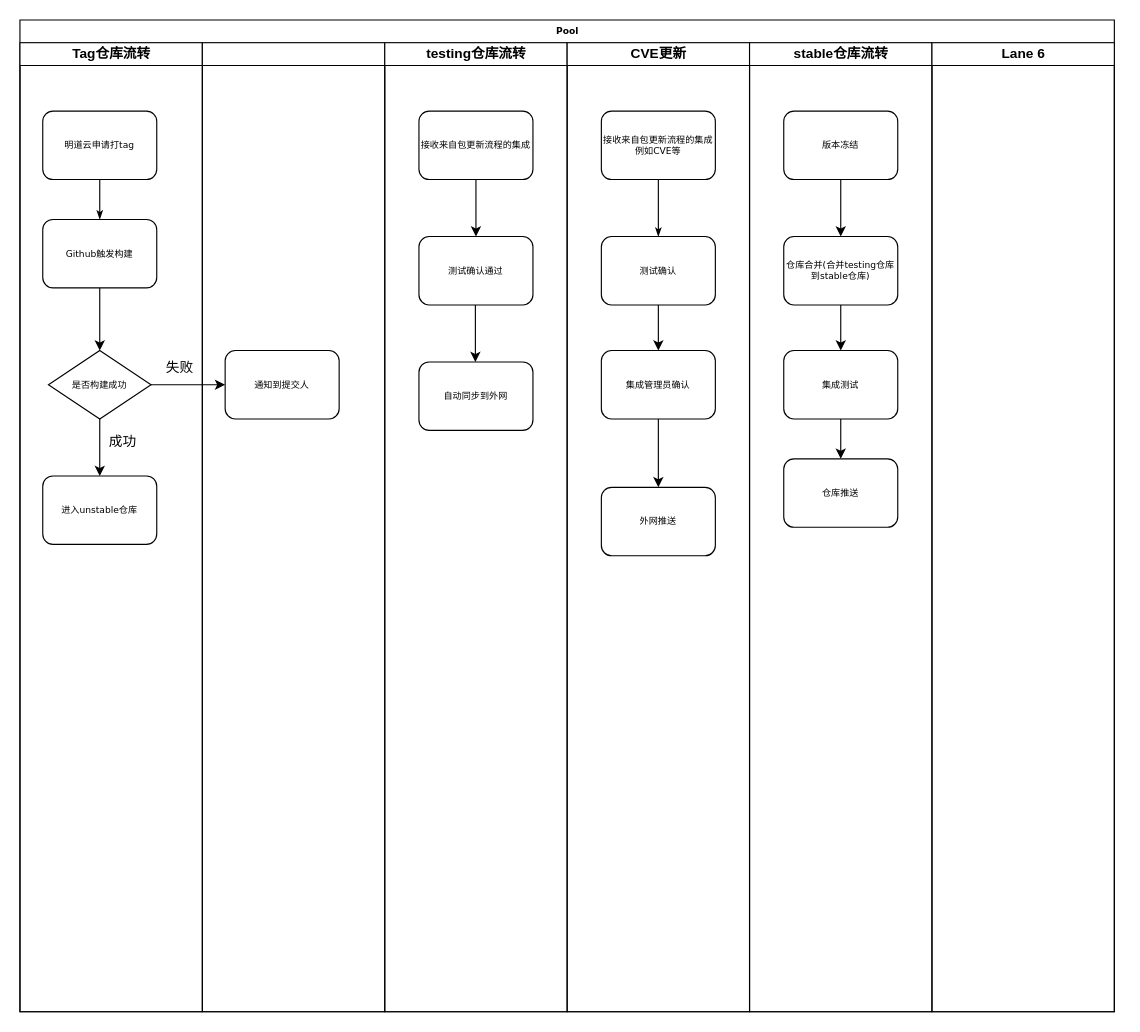
Zeno-sole/drawio-file keeps this draw.io diagram as 仓库流转.drawio. Above is the earlier version. Source tidied: cells renumbered, new cells numbered last; positions are measured from the earlier drawing's top-left corner, leaving out a move shared by most shapes. Both pictures are drawn from the tidied source at 114%, with x=0, y=0 at pixel (19, 19).
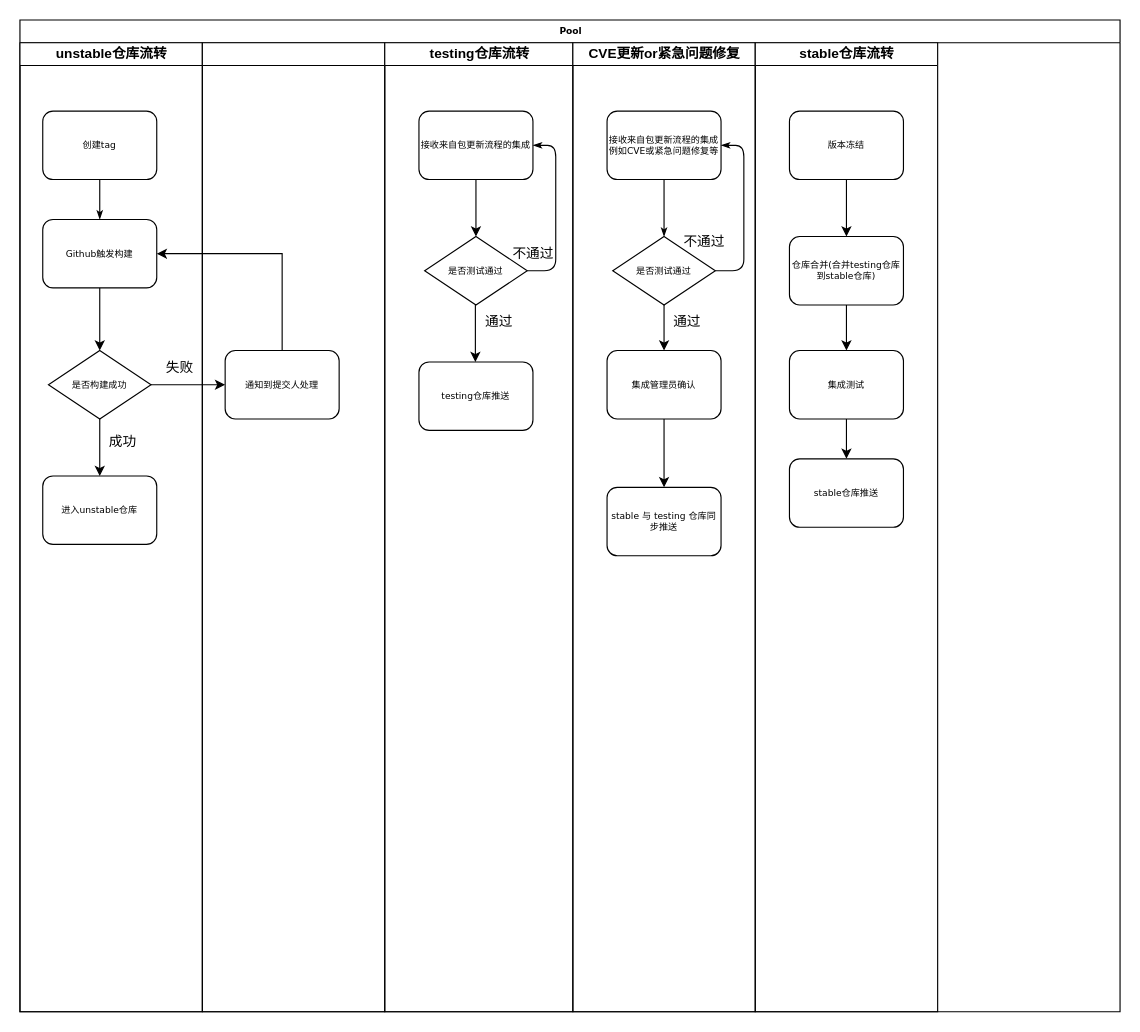
Above is the later version.

Commit message:
更新仓库流转.drawio

Unchanged cells that the change refers to:
```xml
<mxCell id="6" value="Github触发构建" style="rounded=1;whiteSpace=wrap;html=1;shadow=0;labelBackgroundColor=none;strokeWidth=1;fontFamily=Verdana;fontSize=8;align=center;" parent="3" vertex="1">
  <mxGeometry x="20" y="155" width="100" height="60" as="geometry" />
</mxCell>
<mxCell id="10" value="是否构建成功" style="rhombus;whiteSpace=wrap;html=1;rounded=0;shadow=0;labelBackgroundColor=none;strokeWidth=1;fontFamily=Verdana;fontSize=8;align=center;" parent="3" vertex="1">
  <mxGeometry x="25" y="270" width="90" height="60" as="geometry" />
</mxCell>
<mxCell id="13" style="swimlane;html=1;startSize=20;" parent="2" vertex="1">
  <mxGeometry x="160" y="20" width="160" height="850" as="geometry" />
</mxCell>
<mxCell id="17" value="接收来自包更新流程的集成" style="rounded=1;whiteSpace=wrap;html=1;shadow=0;labelBackgroundColor=none;strokeWidth=1;fontFamily=Verdana;fontSize=8;align=center;" parent="15" vertex="1">
  <mxGeometry x="30" y="60" width="100" height="60" as="geometry" />
</mxCell>
<mxCell id="28" value="集成管理员确认" style="rounded=1;whiteSpace=wrap;html=1;shadow=0;labelBackgroundColor=none;strokeWidth=1;fontFamily=Verdana;fontSize=8;align=center;" parent="21" vertex="1">
  <mxGeometry x="30" y="270" width="100" height="60" as="geometry" />
</mxCell>
```

What changed in the source:
```diff
@@
     <mxCell id="2" value="Pool" style="swimlane;html=1;startSize=20;rounded=0;shadow=0;labelBackgroundColor=none;strokeWidth=1;fontFamily=Verdana;fontSize=8;align=center;" parent="1" vertex="1">
-      <mxGeometry width="960" height="870" as="geometry" />
+      <mxGeometry width="965" height="870" as="geometry" />
     </mxCell>
-    <mxCell id="3" value="Tag仓库流转" style="swimlane;html=1;startSize=20;" parent="2" vertex="1">
+    <mxCell id="3" value="unstable仓库流转" style="swimlane;html=1;startSize=20;" parent="2" vertex="1">
       <mxGeometry y="20" width="160" height="850" as="geometry" />
     </mxCell>
-    <mxCell id="4" value="明道云申请打tag" style="rounded=1;whiteSpace=wrap;html=1;shadow=0;labelBackgroundColor=none;strokeWidth=1;fontFamily=Verdana;fontSize=8;align=center;" parent="3" vertex="1">
+    <mxCell id="4" value="创建tag" style="rounded=1;whiteSpace=wrap;html=1;shadow=0;labelBackgroundColor=none;strokeWidth=1;fontFamily=Verdana;fontSize=8;align=center;" parent="3" vertex="1">
       <mxGeometry x="20" y="60" width="100" height="60" as="geometry" />
     </mxCell>
@@
-    <mxCell id="14" value="通知到提交人" style="rounded=1;whiteSpace=wrap;html=1;shadow=0;labelBackgroundColor=none;strokeWidth=1;fontFamily=Verdana;fontSize=8;align=center;" parent="13" vertex="1">
+    <mxCell id="14" value="通知到提交人处理" style="rounded=1;whiteSpace=wrap;html=1;shadow=0;labelBackgroundColor=none;strokeWidth=1;fontFamily=Verdana;fontSize=8;align=center;" parent="13" vertex="1">
       <mxGeometry x="20" y="270" width="100" height="60" as="geometry" />
     </mxCell>
     <mxCell id="15" value="testing仓库流转" style="swimlane;html=1;startSize=20;" parent="2" vertex="1">
-      <mxGeometry x="320" y="20" width="160" height="850" as="geometry" />
+      <mxGeometry x="320" y="20" width="165" height="850" as="geometry" />
     </mxCell>
-    <mxCell id="16" style="edgeStyle=none;rounded=0;jettySize=auto;html=1;exitX=0.5;exitY=1;exitDx=0;exitDy=0;entryX=0.5;entryY=0;entryDx=0;entryDy=0;" parent="15" edge="1" source="17" target="18">
-      <mxGeometry relative="1" as="geometry" />
+    <mxCell id="16" style="edgeStyle=none;rounded=0;jettySize=auto;html=1;exitX=0.5;exitY=1;exitDx=0;exitDy=0;entryX=0.5;entryY=0;entryDx=0;entryDy=0;" parent="15" edge="1" source="17">
+      <mxGeometry relative="1" as="geometry">
+        <mxPoint x="80" y="170" as="targetPoint" />
+      </mxGeometry>
     </mxCell>
@@
-    <mxCell id="18" value="测试确认通过" style="rounded=1;whiteSpace=wrap;html=1;shadow=0;labelBackgroundColor=none;strokeWidth=1;fontFamily=Verdana;fontSize=8;align=center;" parent="15" vertex="1">
-      <mxGeometry x="30" y="170" width="100" height="60" as="geometry" />
-    </mxCell>
-    <mxCell id="19" value="自动同步到外网" style="rounded=1;whiteSpace=wrap;html=1;shadow=0;labelBackgroundColor=none;strokeWidth=1;fontFamily=Verdana;fontSize=8;align=center;" parent="15" vertex="1">
+    <mxCell id="19" value="testing仓库推送" style="rounded=1;whiteSpace=wrap;html=1;shadow=0;labelBackgroundColor=none;strokeWidth=1;fontFamily=Verdana;fontSize=8;align=center;" parent="15" vertex="1">
       <mxGeometry x="30" y="280" width="100" height="60" as="geometry" />
     </mxCell>
@@
+    <mxCell id="39" value="是否测试通过" style="rhombus;whiteSpace=wrap;html=1;rounded=0;shadow=0;labelBackgroundColor=none;strokeWidth=1;fontFamily=Verdana;fontSize=8;align=center;" parent="15" vertex="1">
+      <mxGeometry x="35" y="170" width="90" height="60" as="geometry" />
+    </mxCell>
+    <mxCell id="40" style="edgeStyle=orthogonalEdgeStyle;rounded=1;html=1;labelBackgroundColor=none;startArrow=none;startFill=0;startSize=5;endArrow=classicThin;endFill=1;endSize=5;jettySize=auto;strokeWidth=1;fontFamily=Verdana;fontSize=8;exitX=1;exitY=0.5;exitDx=0;exitDy=0;entryX=1;entryY=0.5;entryDx=0;entryDy=0;" parent="15" edge="1" source="39" target="17">
+      <mxGeometry relative="1" as="geometry">
+        <Array as="points">
+          <mxPoint x="150" y="200" />
+          <mxPoint x="150" y="90" />
+        </Array>
+      </mxGeometry>
+    </mxCell>
+    <mxCell id="41" value="不通过" style="text;html=1;align=center;verticalAlign=middle;fillColor=none;strokeColor=none;rounded=0;" parent="15" vertex="1">
+      <mxGeometry x="100" y="170" width="60" height="30" as="geometry" />
+    </mxCell>
+    <mxCell id="42" value="通过" style="text;html=1;align=center;verticalAlign=middle;fillColor=none;strokeColor=none;rounded=0;" parent="15" vertex="1">
+      <mxGeometry x="75" y="230" width="50" height="30" as="geometry" />
+    </mxCell>
-    <mxCell id="21" value="CVE更新" style="swimlane;html=1;startSize=20;" parent="2" vertex="1">
-      <mxGeometry x="480" y="20" width="160" height="850" as="geometry" />
+    <mxCell id="21" value="CVE更新or紧急问题修复" style="swimlane;html=1;startSize=20;" parent="2" vertex="1">
+      <mxGeometry x="485" y="20" width="160" height="850" as="geometry" />
     </mxCell>
-    <mxCell id="22" value="接收来自包更新流程的集成例如CVE等" style="rounded=1;whiteSpace=wrap;html=1;shadow=0;labelBackgroundColor=none;strokeWidth=1;fontFamily=Verdana;fontSize=8;align=center;" parent="21" vertex="1">
+    <mxCell id="22" value="接收来自包更新流程的集成例如CVE或紧急问题修复等" style="rounded=1;whiteSpace=wrap;html=1;shadow=0;labelBackgroundColor=none;strokeWidth=1;fontFamily=Verdana;fontSize=8;align=center;" parent="21" vertex="1">
       <mxGeometry x="30" y="60" width="100" height="60" as="geometry" />
     </mxCell>
-    <mxCell id="23" value="外网推送" style="rounded=1;whiteSpace=wrap;html=1;shadow=0;labelBackgroundColor=none;strokeWidth=1;fontFamily=Verdana;fontSize=8;align=center;" parent="21" vertex="1">
+    <mxCell id="23" value="stable 与 testing 仓库同步推送" style="rounded=1;whiteSpace=wrap;html=1;shadow=0;labelBackgroundColor=none;strokeWidth=1;fontFamily=Verdana;fontSize=8;align=center;" parent="21" vertex="1">
       <mxGeometry x="30" y="390" width="100" height="60" as="geometry" />
     </mxCell>
@@
-    <mxCell id="25" style="edgeStyle=none;rounded=0;jettySize=auto;html=1;exitX=0.5;exitY=1;exitDx=0;exitDy=0;entryX=0.5;entryY=0;entryDx=0;entryDy=0;" parent="21" edge="1" source="26" target="28">
-      <mxGeometry relative="1" as="geometry" />
+    <mxCell id="25" style="edgeStyle=none;rounded=0;jettySize=auto;html=1;exitX=0.5;exitY=1;exitDx=0;exitDy=0;entryX=0.5;entryY=0;entryDx=0;entryDy=0;" parent="21" edge="1" target="28">
+      <mxGeometry relative="1" as="geometry">
+        <mxPoint x="80" y="230" as="sourcePoint" />
+      </mxGeometry>
     </mxCell>
-    <mxCell id="26" value="测试确认" style="rounded=1;whiteSpace=wrap;html=1;shadow=0;labelBackgroundColor=none;strokeWidth=1;fontFamily=Verdana;fontSize=8;align=center;" parent="21" vertex="1">
-      <mxGeometry x="30" y="170" width="100" height="60" as="geometry" />
-    </mxCell>
@@
+    <mxCell id="43" value="是否测试通过" style="rhombus;whiteSpace=wrap;html=1;rounded=0;shadow=0;labelBackgroundColor=none;strokeWidth=1;fontFamily=Verdana;fontSize=8;align=center;" parent="21" vertex="1">
+      <mxGeometry x="35" y="170" width="90" height="60" as="geometry" />
+    </mxCell>
+    <mxCell id="44" value="不通过" style="text;html=1;align=center;verticalAlign=middle;fillColor=none;strokeColor=none;rounded=0;" parent="21" vertex="1">
+      <mxGeometry x="85" y="160" width="60" height="30" as="geometry" />
+    </mxCell>
+    <mxCell id="45" style="edgeStyle=orthogonalEdgeStyle;rounded=1;html=1;labelBackgroundColor=none;startArrow=none;startFill=0;startSize=5;endArrow=classicThin;endFill=1;endSize=5;jettySize=auto;orthogonalLoop=1;strokeWidth=1;fontFamily=Verdana;fontSize=8;exitX=1;exitY=0.5;exitDx=0;exitDy=0;entryX=1;entryY=0.5;entryDx=0;entryDy=0;" parent="21" edge="1">
+      <mxGeometry relative="1" as="geometry">
+        <mxPoint x="125" y="200" as="sourcePoint" />
+        <mxPoint x="130" y="90" as="targetPoint" />
+        <Array as="points">
+          <mxPoint x="150" y="200" />
+          <mxPoint x="150" y="90" />
+        </Array>
+      </mxGeometry>
+    </mxCell>
+    <mxCell id="46" value="通过" style="text;html=1;align=center;verticalAlign=middle;fillColor=none;strokeColor=none;rounded=0;" parent="21" vertex="1">
+      <mxGeometry x="75" y="230" width="50" height="30" as="geometry" />
+    </mxCell>
+    <mxCell id="38" style="edgeStyle=none;rounded=0;jettySize=auto;html=1;exitX=1;exitY=0.5;exitDx=0;exitDy=0;entryX=0;entryY=0.5;entryDx=0;entryDy=0;" parent="2" edge="1" source="10" target="14">
+      <mxGeometry relative="1" as="geometry" />
+    </mxCell>
+    <mxCell id="47" style="edgeStyle=orthogonalEdgeStyle;rounded=0;jettySize=auto;html=1;exitX=0.5;exitY=0;exitDx=0;exitDy=0;entryX=1;entryY=0.5;entryDx=0;entryDy=0;" parent="2" edge="1" source="14" target="6">
+      <mxGeometry relative="1" as="geometry" />
+    </mxCell>
     <mxCell id="29" value="stable仓库流转" style="swimlane;html=1;startSize=20;" parent="2" vertex="1">
-      <mxGeometry x="640" y="20" width="160" height="850" as="geometry" />
+      <mxGeometry x="645" y="20" width="160" height="850" as="geometry" />
     </mxCell>
@@
-    <mxCell id="36" value="仓库推送" style="rounded=1;whiteSpace=wrap;html=1;shadow=0;labelBackgroundColor=none;strokeWidth=1;fontFamily=Verdana;fontSize=8;align=center;" parent="29" vertex="1">
+    <mxCell id="36" value="stable仓库推送" style="rounded=1;whiteSpace=wrap;html=1;shadow=0;labelBackgroundColor=none;strokeWidth=1;fontFamily=Verdana;fontSize=8;align=center;" parent="29" vertex="1">
       <mxGeometry x="30" y="365" width="100" height="60" as="geometry" />
     </mxCell>
-    <mxCell id="37" value="Lane 6" style="swimlane;html=1;startSize=20;" parent="2" vertex="1">
-      <mxGeometry x="800" y="20" width="160" height="850" as="geometry" />
-    </mxCell>
-    <mxCell id="38" style="edgeStyle=none;rounded=0;jettySize=auto;html=1;exitX=1;exitY=0.5;exitDx=0;exitDy=0;entryX=0;entryY=0.5;entryDx=0;entryDy=0;" parent="2" edge="1" source="10" target="14">
-      <mxGeometry relative="1" as="geometry" />
-    </mxCell>
```
